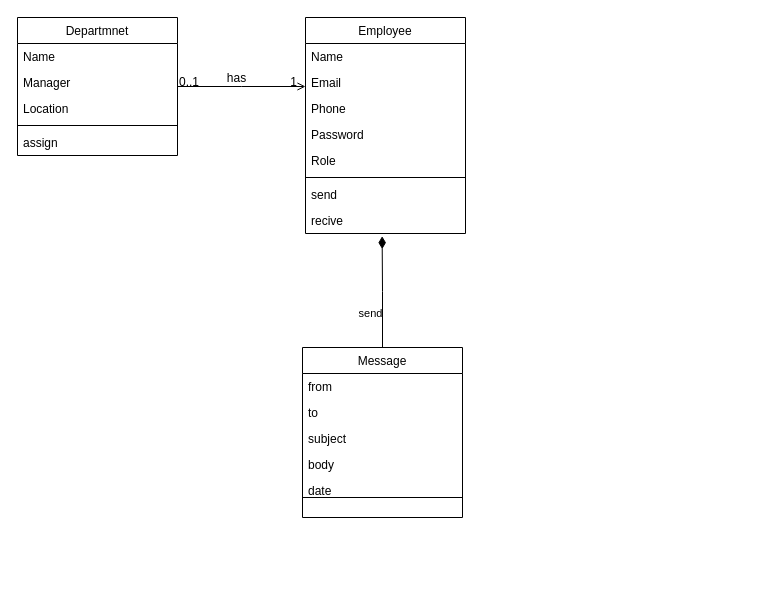
fasil712/UML_Diagram_Design keeps this draw.io diagram as Simple Mail App.drawio. Above is the earlier version. Source tidied: cells renumbered, new cells numbered last; positions are measured from the earlier drawing's top-left corner, leaving out a move shared by most shapes. Both pictures are drawn from the tidied source at 100%, with x=0, y=0 at pixel (17, 17).
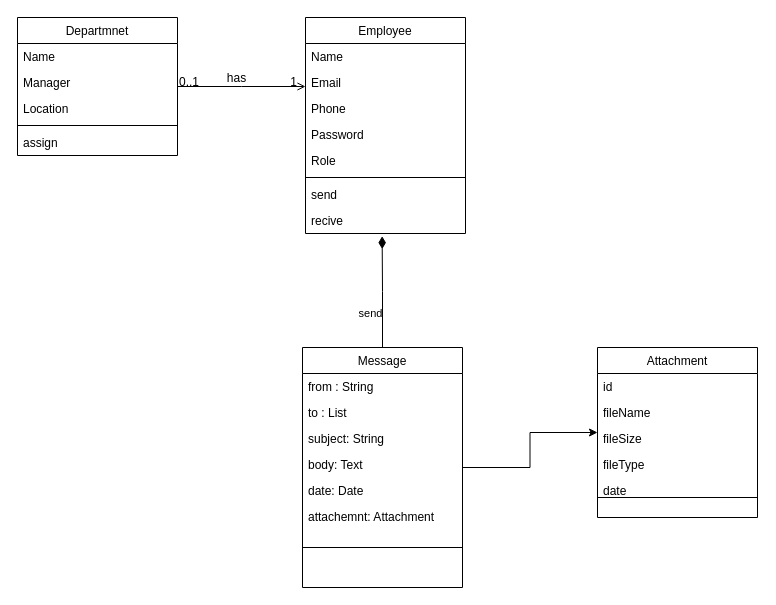
Above is the later version.

Diff of the diagram source:
```diff
@@
+    <mxCell id="30" style="edgeStyle=orthogonalEdgeStyle;rounded=0;jettySize=auto;html=1;" parent="1" edge="1" source="8" target="32">
+      <mxGeometry relative="1" as="geometry" />
+    </mxCell>
     <mxCell id="8" value="Message" style="swimlane;fontStyle=0;align=center;verticalAlign=top;horizontal=1;startSize=26;rounded=0;shadow=0;strokeWidth=1;" parent="1" vertex="1">
-      <mxGeometry x="285" y="330" width="160" height="170" as="geometry" />
+      <mxGeometry x="285" y="330" width="160" height="240" as="geometry" />
     </mxCell>
-    <mxCell id="9" value="from" style="text;align=left;verticalAlign=top;spacingLeft=4;spacingRight=4;overflow=hidden;" parent="8" vertex="1">
+    <mxCell id="9" value="from : String" style="text;align=left;verticalAlign=top;spacingLeft=4;spacingRight=4;overflow=hidden;" parent="8" vertex="1">
       <mxGeometry y="26" width="160" height="26" as="geometry" />
     </mxCell>
-    <mxCell id="10" value="to" style="text;align=left;verticalAlign=top;spacingLeft=4;spacingRight=4;overflow=hidden;rounded=0;shadow=0;html=0;" parent="8" vertex="1">
+    <mxCell id="10" value="to : List" style="text;align=left;verticalAlign=top;spacingLeft=4;spacingRight=4;overflow=hidden;rounded=0;shadow=0;html=0;" parent="8" vertex="1">
       <mxGeometry y="52" width="160" height="26" as="geometry" />
     </mxCell>
-    <mxCell id="11" value="subject" style="text;align=left;verticalAlign=top;spacingLeft=4;spacingRight=4;overflow=hidden;rounded=0;shadow=0;html=0;" parent="8" vertex="1">
+    <mxCell id="11" value="subject: String" style="text;align=left;verticalAlign=top;spacingLeft=4;spacingRight=4;overflow=hidden;rounded=0;shadow=0;html=0;" parent="8" vertex="1">
       <mxGeometry y="78" width="160" height="26" as="geometry" />
     </mxCell>
-    <mxCell id="12" value="body" style="text;align=left;verticalAlign=top;spacingLeft=4;spacingRight=4;overflow=hidden;rounded=0;shadow=0;html=0;" parent="8" vertex="1">
+    <mxCell id="12" value="body: Text" style="text;align=left;verticalAlign=top;spacingLeft=4;spacingRight=4;overflow=hidden;rounded=0;shadow=0;html=0;" parent="8" vertex="1">
       <mxGeometry y="104" width="160" height="26" as="geometry" />
     </mxCell>
     <mxCell id="13" style="endArrow=none;html=1;rounded=0;entryX=1;entryY=0.5;entryDx=0;entryDy=0;exitX=0;exitY=0.5;exitDx=0;exitDy=0;" parent="8" edge="1">
       <mxGeometry relative="1" as="geometry">
-        <mxPoint y="150" as="sourcePoint" />
-        <mxPoint x="160" y="150" as="targetPoint" />
+        <mxPoint y="200" as="sourcePoint" />
+        <mxPoint x="160" y="200" as="targetPoint" />
       </mxGeometry>
     </mxCell>
-    <mxCell id="14" value="date" style="text;align=left;verticalAlign=top;spacingLeft=4;spacingRight=4;overflow=hidden;rounded=0;shadow=0;html=0;" parent="8" vertex="1">
+    <mxCell id="14" value="date: Date" style="text;align=left;verticalAlign=top;spacingLeft=4;spacingRight=4;overflow=hidden;rounded=0;shadow=0;html=0;" parent="8" vertex="1">
       <mxGeometry y="130" width="160" height="26" as="geometry" />
     </mxCell>
+    <mxCell id="31" value="attachemnt: Attachment" style="text;align=left;verticalAlign=top;spacingLeft=4;spacingRight=4;overflow=hidden;rounded=0;shadow=0;html=0;" parent="8" vertex="1">
+      <mxGeometry y="156" width="160" height="26" as="geometry" />
+    </mxCell>
@@
+    <mxCell id="32" value="Attachment" style="swimlane;fontStyle=0;align=center;verticalAlign=top;horizontal=1;startSize=26;rounded=0;shadow=0;strokeWidth=1;" parent="1" vertex="1">
+      <mxGeometry x="580" y="330" width="160" height="170" as="geometry" />
+    </mxCell>
+    <mxCell id="33" value="id" style="text;align=left;verticalAlign=top;spacingLeft=4;spacingRight=4;overflow=hidden;" parent="32" vertex="1">
+      <mxGeometry y="26" width="160" height="26" as="geometry" />
+    </mxCell>
+    <mxCell id="34" value="fileName" style="text;align=left;verticalAlign=top;spacingLeft=4;spacingRight=4;overflow=hidden;rounded=0;shadow=0;html=0;" parent="32" vertex="1">
+      <mxGeometry y="52" width="160" height="26" as="geometry" />
+    </mxCell>
+    <mxCell id="35" value="fileSize" style="text;align=left;verticalAlign=top;spacingLeft=4;spacingRight=4;overflow=hidden;rounded=0;shadow=0;html=0;" parent="32" vertex="1">
+      <mxGeometry y="78" width="160" height="26" as="geometry" />
+    </mxCell>
+    <mxCell id="36" value="fileType" style="text;align=left;verticalAlign=top;spacingLeft=4;spacingRight=4;overflow=hidden;rounded=0;shadow=0;html=0;" parent="32" vertex="1">
+      <mxGeometry y="104" width="160" height="26" as="geometry" />
+    </mxCell>
+    <mxCell id="37" style="endArrow=none;html=1;rounded=0;entryX=1;entryY=0.5;entryDx=0;entryDy=0;exitX=0;exitY=0.5;exitDx=0;exitDy=0;" parent="32" edge="1">
+      <mxGeometry relative="1" as="geometry">
+        <mxPoint y="150" as="sourcePoint" />
+        <mxPoint x="160" y="150" as="targetPoint" />
+      </mxGeometry>
+    </mxCell>
+    <mxCell id="38" value="date" style="text;align=left;verticalAlign=top;spacingLeft=4;spacingRight=4;overflow=hidden;rounded=0;shadow=0;html=0;" parent="32" vertex="1">
+      <mxGeometry y="130" width="160" height="26" as="geometry" />
+    </mxCell>
```
